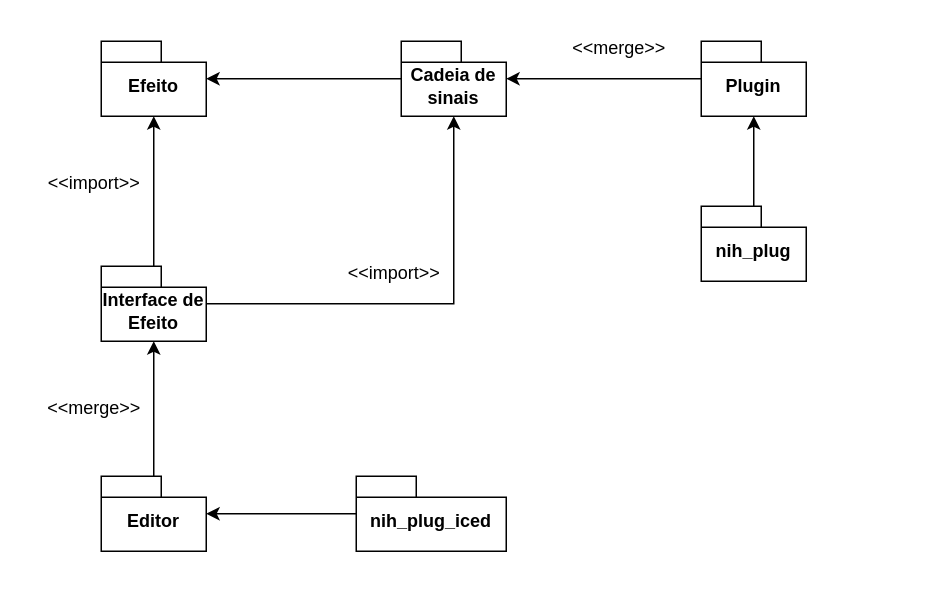
GatoImorrivel/fretcat keeps this draw.io diagram as Diagrama de Pacotes.drawio. Above is the earlier version. Source tidied: cells renumbered, new cells numbered last; positions are measured from the earlier drawing's top-left corner, leaving out a move shared by most shapes. Both pictures are drawn from the tidied source at 150%, with x=0, y=0 at pixel (26, 26).
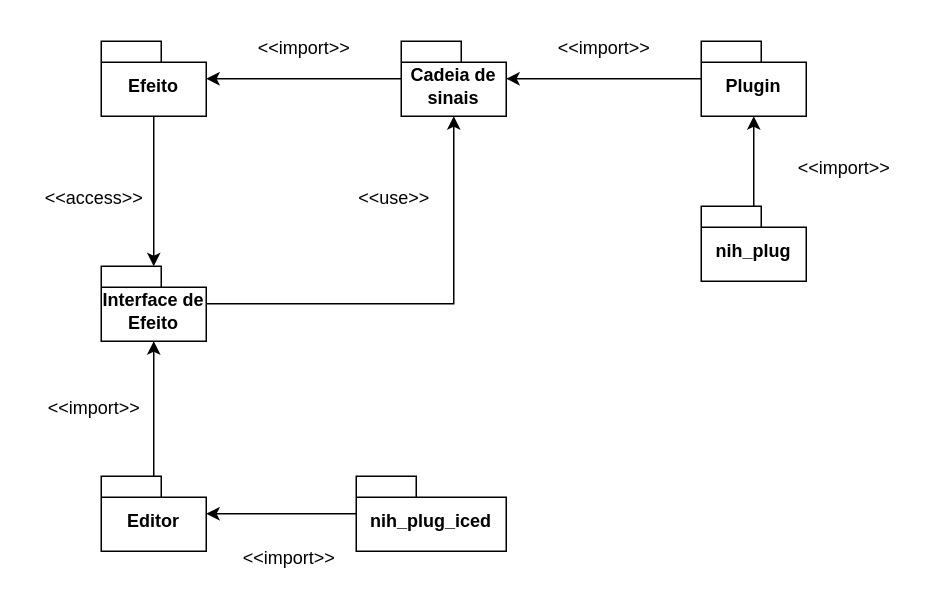
Above is the later version.

Unchanged cells that the change refers to:
```xml
<mxCell id="6" value="&lt;div&gt;Efeito&lt;/div&gt;" style="shape=folder;fontStyle=1;spacingTop=10;tabWidth=40;tabHeight=14;tabPosition=left;html=1;whiteSpace=wrap;" parent="1" vertex="1">
  <mxGeometry x="50" y="10" width="70" height="50" as="geometry" />
</mxCell>
<mxCell id="13" value="Interface de Efeito" style="shape=folder;fontStyle=1;spacingTop=10;tabWidth=40;tabHeight=14;tabPosition=left;html=1;whiteSpace=wrap;" parent="1" vertex="1">
  <mxGeometry x="50" y="160" width="70" height="50" as="geometry" />
</mxCell>
```

What changed in the source:
```diff
@@
+    <mxCell id="20" style="edgeStyle=orthogonalEdgeStyle;rounded=0;jettySize=auto;html=1;" parent="1" edge="1" source="6" target="13">
+      <mxGeometry relative="1" as="geometry" />
+    </mxCell>
@@
-    <mxCell id="9" value="&lt;div&gt;&amp;lt;&amp;lt;import&amp;gt;&amp;gt;&lt;/div&gt;" style="text;html=1;align=center;verticalAlign=middle;strokeColor=none;fillColor=none;" parent="1" vertex="1">
-      <mxGeometry y="90" width="90" height="30" as="geometry" />
-    </mxCell>
-    <mxCell id="10" value="&amp;lt;&amp;lt;merge&amp;gt;&amp;gt;" style="text;html=1;align=center;verticalAlign=middle;strokeColor=none;fillColor=none;" parent="1" vertex="1">
-      <mxGeometry x="350" width="90" height="30" as="geometry" />
-    </mxCell>
-    <mxCell id="11" style="rounded=0;jettySize=auto;html=1;" parent="1" edge="1" source="13" target="6">
-      <mxGeometry relative="1" as="geometry" />
-    </mxCell>
@@
-    <mxCell id="14" value="&amp;lt;&amp;lt;merge&amp;gt;&amp;gt;" style="text;html=1;align=center;verticalAlign=middle;strokeColor=none;fillColor=none;" parent="1" vertex="1">
-      <mxGeometry y="240" width="90" height="30" as="geometry" />
-    </mxCell>
-    <mxCell id="15" value="&lt;div&gt;&amp;lt;&amp;lt;import&amp;gt;&amp;gt;&lt;/div&gt;" style="text;html=1;align=center;verticalAlign=middle;strokeColor=none;fillColor=none;" parent="1" vertex="1">
-      <mxGeometry x="200" y="150" width="90" height="30" as="geometry" />
-    </mxCell>
@@
+    <mxCell id="21" value="&amp;lt;&amp;lt;import&amp;gt;&amp;gt;" style="text;html=1;align=center;verticalAlign=middle;strokeColor=none;fillColor=none;" parent="1" vertex="1">
+      <mxGeometry y="240" width="90" height="30" as="geometry" />
+    </mxCell>
+    <mxCell id="22" value="&amp;lt;&amp;lt;import&amp;gt;&amp;gt;" style="text;html=1;align=center;verticalAlign=middle;strokeColor=none;fillColor=none;" parent="1" vertex="1">
+      <mxGeometry x="340" width="90" height="30" as="geometry" />
+    </mxCell>
+    <mxCell id="23" value="&amp;lt;&amp;lt;access&amp;gt;&amp;gt;" style="text;html=1;align=center;verticalAlign=middle;strokeColor=none;fillColor=none;" parent="1" vertex="1">
+      <mxGeometry y="100" width="90" height="30" as="geometry" />
+    </mxCell>
+    <mxCell id="24" value="&amp;lt;&amp;lt;use&amp;gt;&amp;gt;" style="text;html=1;align=center;verticalAlign=middle;strokeColor=none;fillColor=none;" parent="1" vertex="1">
+      <mxGeometry x="210" y="100" width="70" height="30" as="geometry" />
+    </mxCell>
+    <mxCell id="25" value="&amp;lt;&amp;lt;import&amp;gt;&amp;gt;" style="text;html=1;align=center;verticalAlign=middle;strokeColor=none;fillColor=none;" parent="1" vertex="1">
+      <mxGeometry x="140" width="90" height="30" as="geometry" />
+    </mxCell>
+    <mxCell id="26" value="&amp;lt;&amp;lt;import&amp;gt;&amp;gt;" style="text;html=1;align=center;verticalAlign=middle;strokeColor=none;fillColor=none;" parent="1" vertex="1">
+      <mxGeometry x="130" y="340" width="90" height="30" as="geometry" />
+    </mxCell>
+    <mxCell id="27" value="&amp;lt;&amp;lt;import&amp;gt;&amp;gt;" style="text;html=1;align=center;verticalAlign=middle;strokeColor=none;fillColor=none;" parent="1" vertex="1">
+      <mxGeometry x="500" y="80" width="90" height="30" as="geometry" />
+    </mxCell>
```
